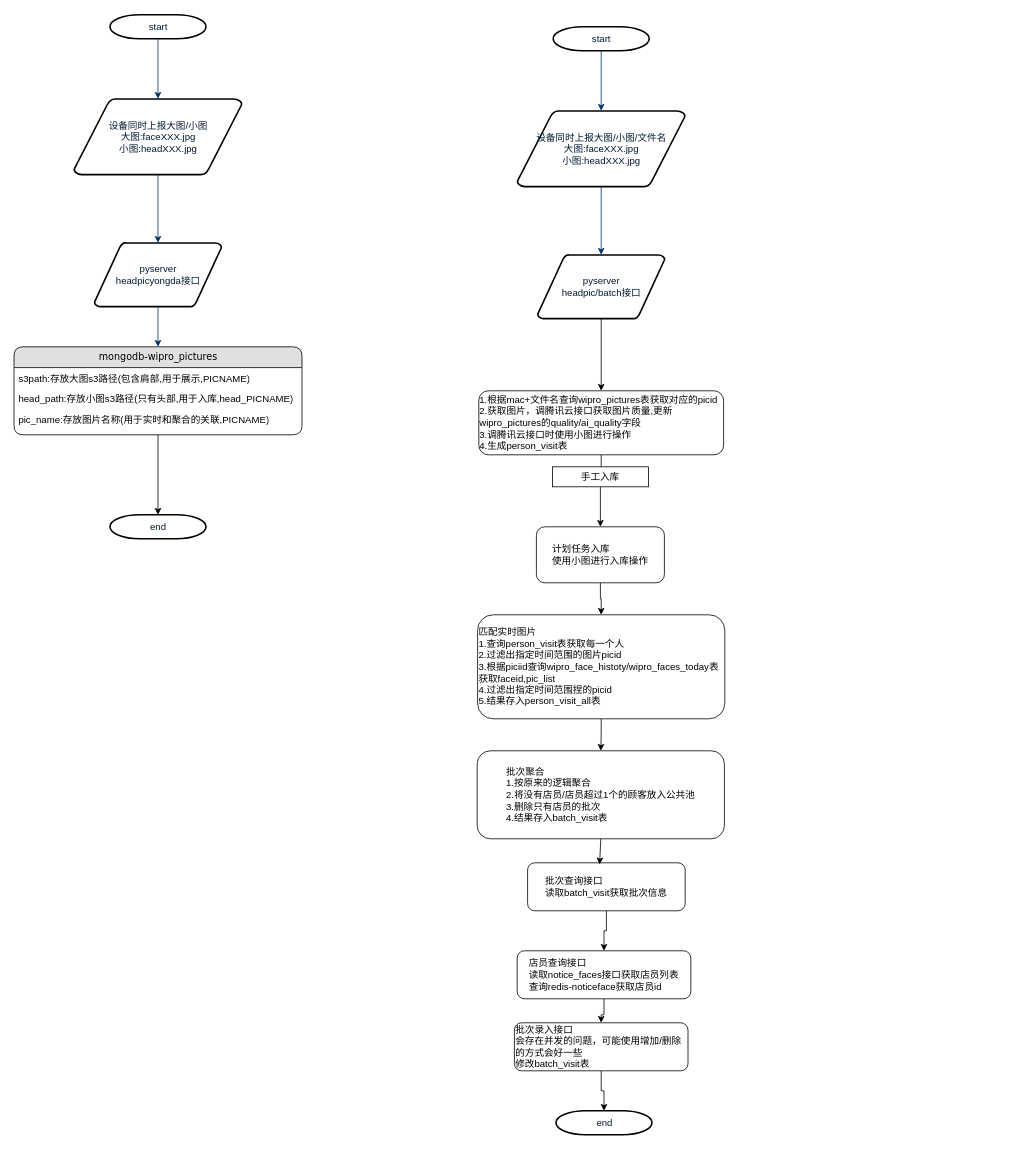
Above: 未命名表单.drawio in hjc5484855/gittest (draw.io), before the change. Source tidied: cells renumbered, new cells numbered last; positions are measured from the earlier drawing's top-left corner, leaving out a move shared by most shapes. Both pictures are drawn from the tidied source at 80%, with x=0, y=0 at pixel (14, 14).
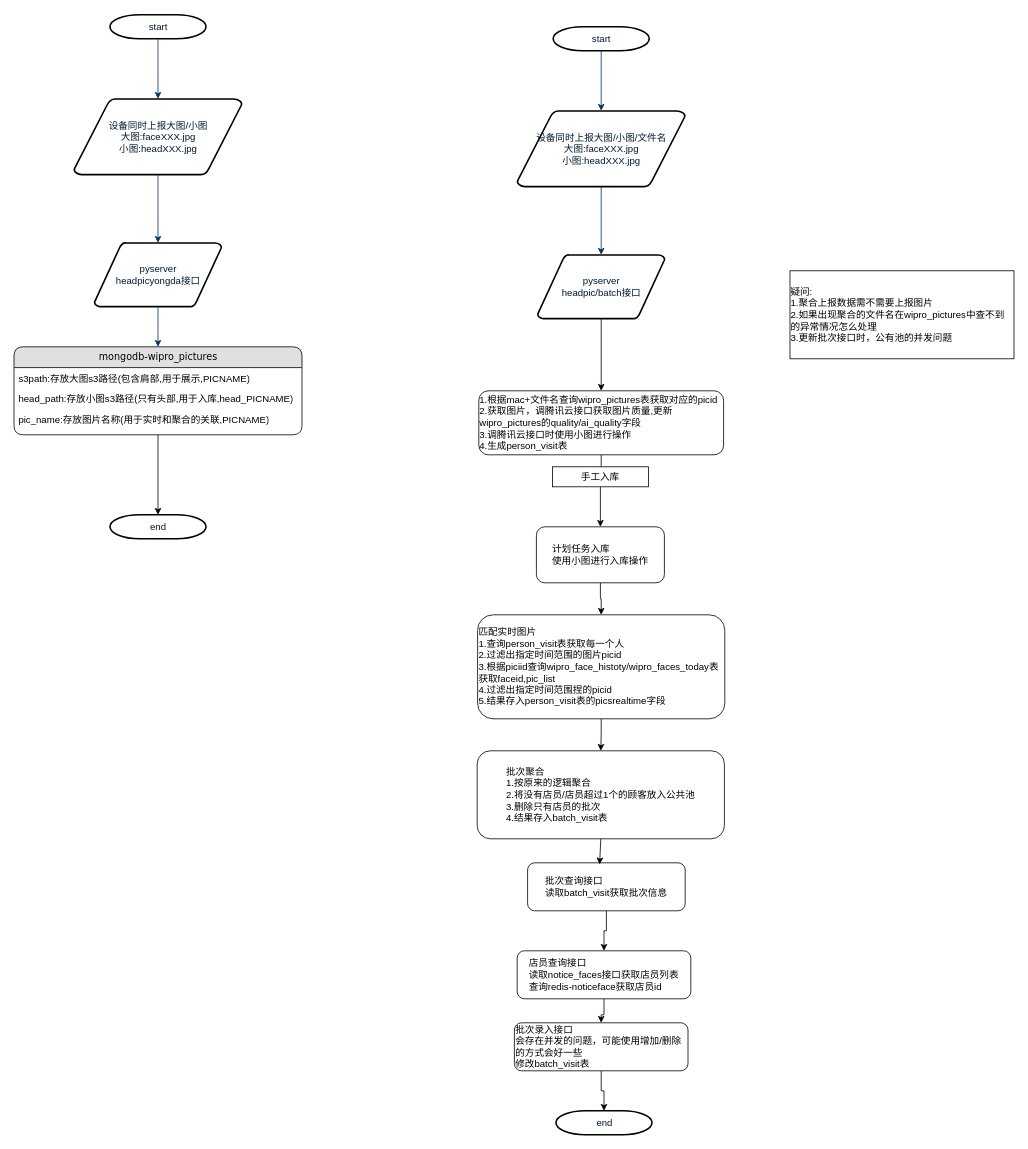
Above is the later version.

Commit message:
永达批次逻辑修改.drawio

What changed in the source:
```diff
@@
-    <mxCell id="23" value="&lt;div style=&quot;text-align: left&quot;&gt;&lt;span&gt;匹配实时图片&lt;/span&gt;&lt;/div&gt;&lt;div style=&quot;text-align: left&quot;&gt;&lt;span&gt;1.查询person_visit表获取每一个人&lt;/span&gt;&lt;/div&gt;&lt;div style=&quot;text-align: left&quot;&gt;&lt;span&gt;2.过滤出指定时间范围的图片picid&lt;/span&gt;&lt;/div&gt;&lt;div style=&quot;text-align: left&quot;&gt;&lt;span&gt;3.根据piciid查询wipro_face_histoty/wipro_faces_today表获取faceid,pic_list&lt;/span&gt;&lt;/div&gt;&lt;div style=&quot;text-align: left&quot;&gt;&lt;span&gt;4.过滤出指定时间范围捏的picid&lt;/span&gt;&lt;/div&gt;&lt;div style=&quot;text-align: left&quot;&gt;&lt;span&gt;5.结果存入person_visit_all表&lt;/span&gt;&lt;/div&gt;" style="rounded=1;whiteSpace=wrap;html=1;" parent="1" vertex="1">
+    <mxCell id="23" value="&lt;div style=&quot;text-align: left&quot;&gt;&lt;span&gt;匹配实时图片&lt;/span&gt;&lt;/div&gt;&lt;div style=&quot;text-align: left&quot;&gt;&lt;span&gt;1.查询person_visit表获取每一个人&lt;/span&gt;&lt;/div&gt;&lt;div style=&quot;text-align: left&quot;&gt;&lt;span&gt;2.过滤出指定时间范围的图片picid&lt;/span&gt;&lt;/div&gt;&lt;div style=&quot;text-align: left&quot;&gt;&lt;span&gt;3.根据piciid查询wipro_face_histoty/wipro_faces_today表获取faceid,pic_list&lt;/span&gt;&lt;/div&gt;&lt;div style=&quot;text-align: left&quot;&gt;&lt;span&gt;4.过滤出指定时间范围捏的picid&lt;/span&gt;&lt;/div&gt;&lt;div style=&quot;text-align: left&quot;&gt;&lt;span&gt;5.结果存入person_visit表的picsrealtime字段&lt;/span&gt;&lt;/div&gt;" style="rounded=1;whiteSpace=wrap;html=1;" parent="1" vertex="1">
       <mxGeometry x="579.5" y="750" width="309" height="130" as="geometry" />
     </mxCell>
@@
+    <mxCell id="37" value="&lt;div style=&quot;text-align: left&quot;&gt;疑问:&lt;/div&gt;&lt;div style=&quot;text-align: left&quot;&gt;1.聚合上报数据需不需要上报图片&lt;/div&gt;&lt;div style=&quot;text-align: left&quot;&gt;2.如果出现聚合的文件名在wipro_pictures中查不到的异常情况怎么处理&lt;/div&gt;&lt;div style=&quot;text-align: left&quot;&gt;3.更新批次接口时，公有池的并发问题&lt;/div&gt;" style="rounded=0;whiteSpace=wrap;html=1;" parent="1" vertex="1">
+      <mxGeometry x="970" y="320" width="280" height="110" as="geometry" />
+    </mxCell>
```
